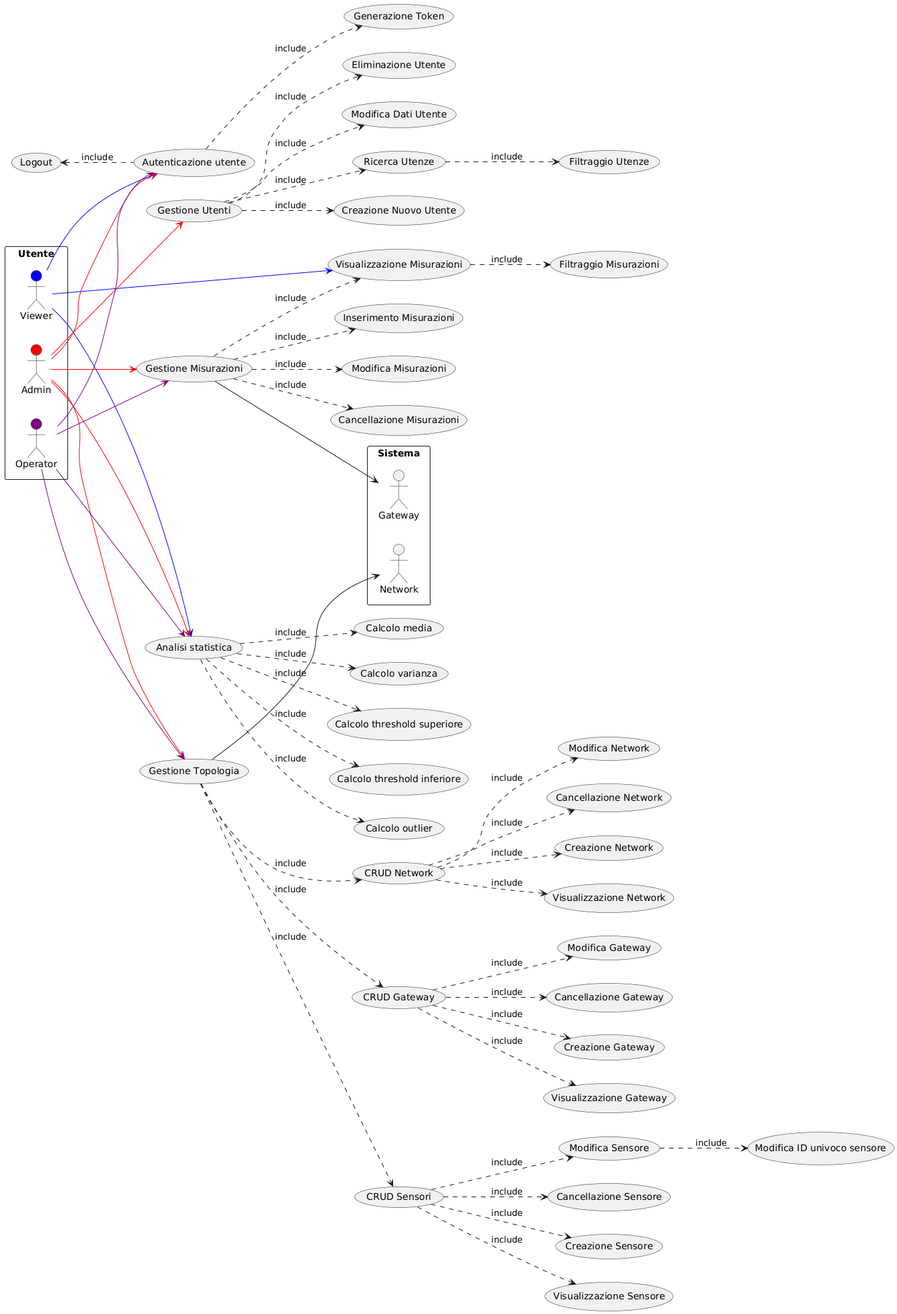
Before: risorse/use-cases.png, a diagram exported from PlantUML (KleZeqaj/GeoControl).
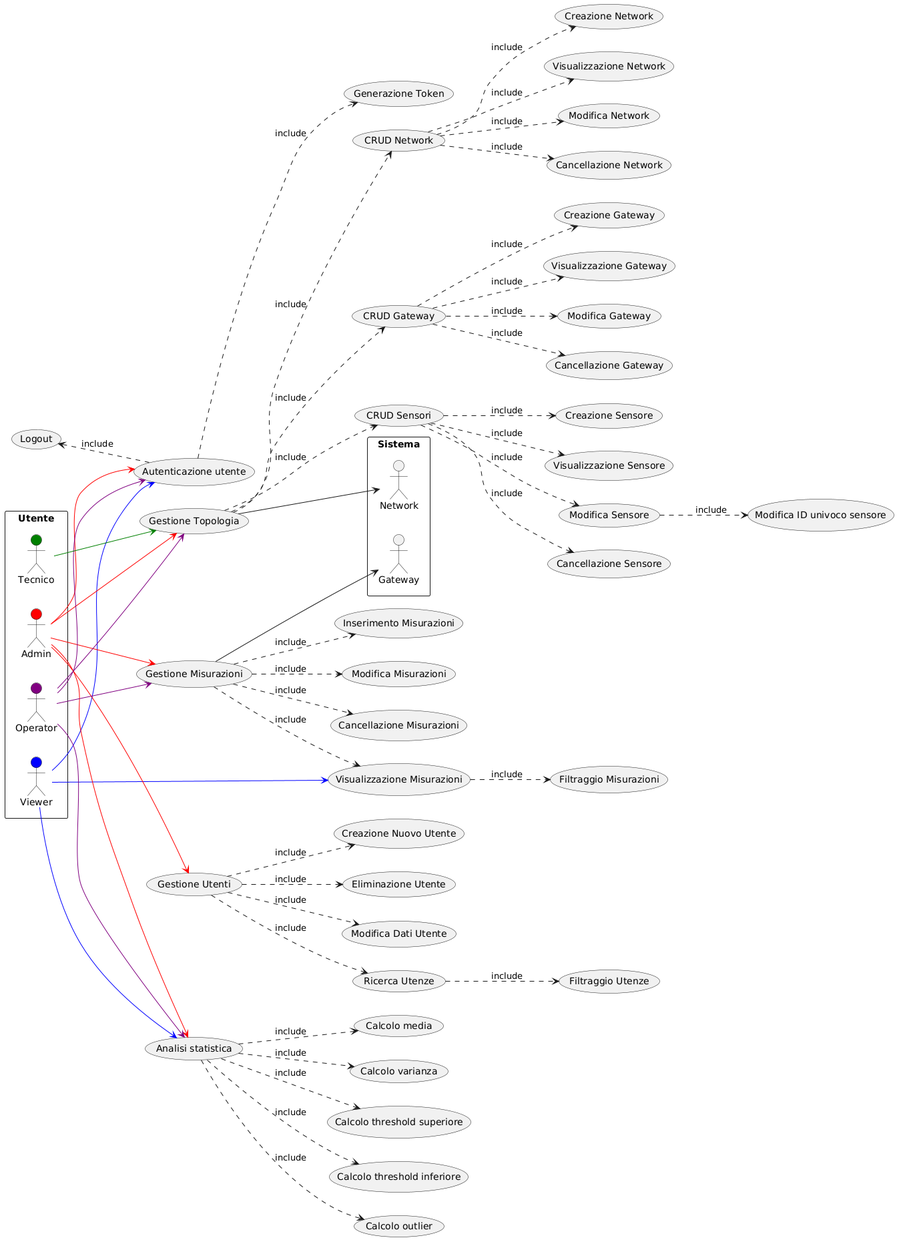
Above is the later version.

Commit message:
[req]: Modifica use cases (tecnico)

The edit, as a diff of the source:
```diff
@@ -2,6 +2,7 @@
 left to right direction
 
 rectangle Utente {
+actor Tecnico #green
 actor Admin #red
 actor Operator #purple
 actor Viewer #blue
@@ -97,6 +98,7 @@
 Operator --> UC14 #purple
 Operator --> UC20 #purple
 Operator --> UC38 #purple
+Tecnico --> UC20 #green
 UC14 --> Gateway
 UC20 --> Network
 @enduml
```
